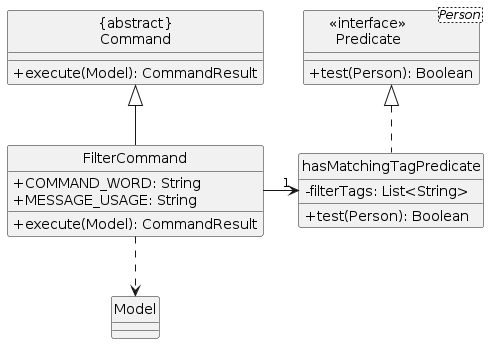
AY2324S2-CS2103T-W09-3/tp keeps this PlantUML diagram as diagrams/FilterCommandClass.png. Above is the earlier version. Its source is kept beside it as diagrams/FilterCommandClass.puml.
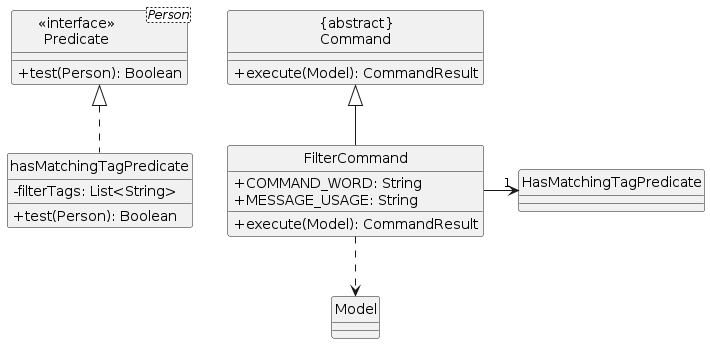
The same diagram one commit later.

Diff of the diagram source:
```diff
@@ -20,7 +20,7 @@
 Class Model
 
 FilterCommand -up-|> Command
-FilterCommand -> "1" hasMatchingTagPredicate
+FilterCommand -> "1" HasMatchingTagPredicate
 FilterCommand .down.> Model
 hasMatchingTagPredicate .up.|> Predicate
 
```
